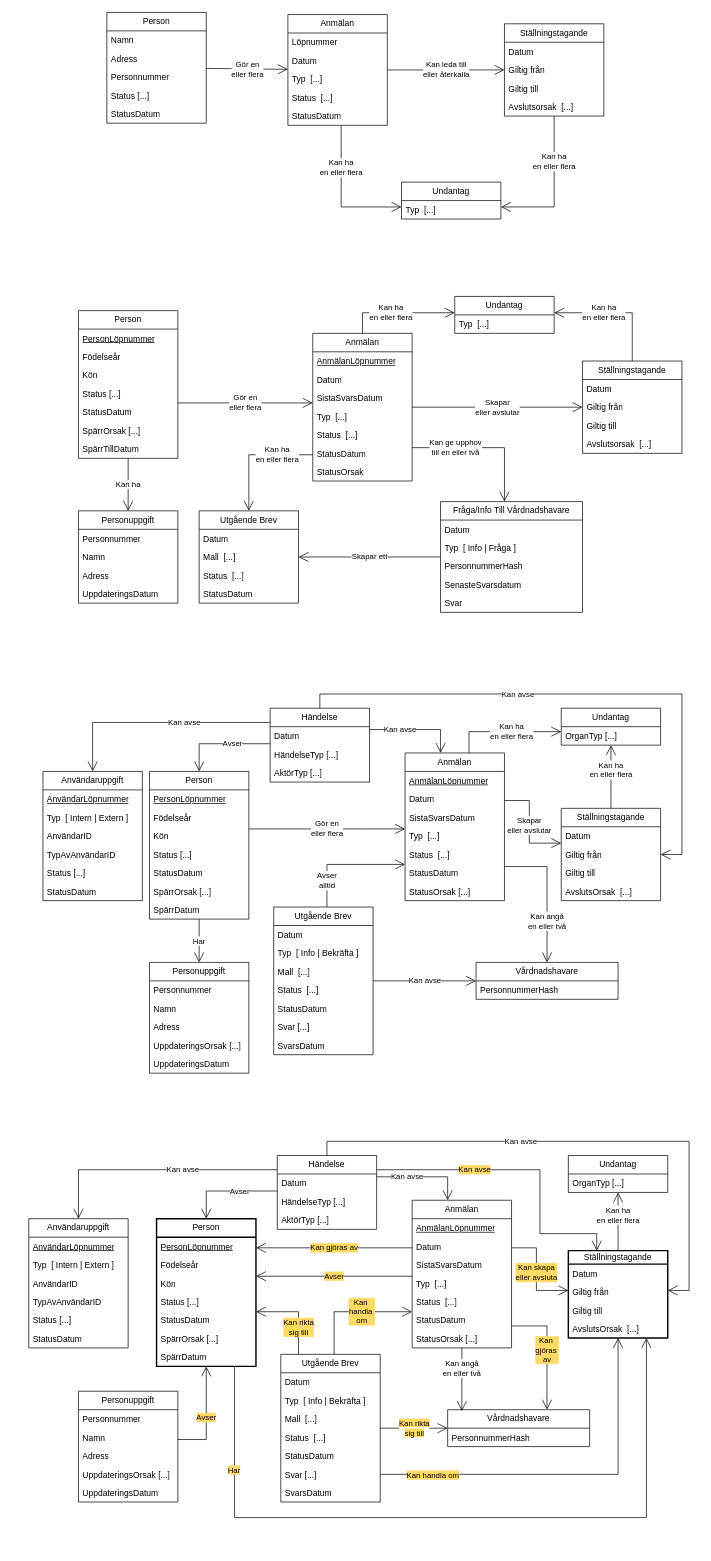
Before: page "Konceptuella modeller" (7 of 9) of Donationsregister.drawio in bhagqvist-consid/ICD11, a draw.io diagram. Source tidied: cells renumbered, new cells numbered last; positions are measured from the earlier drawing's top-left corner, leaving out a move shared by most shapes. Both pictures are drawn from the tidied source at 71%, with x=0, y=0 at pixel (28, 12).
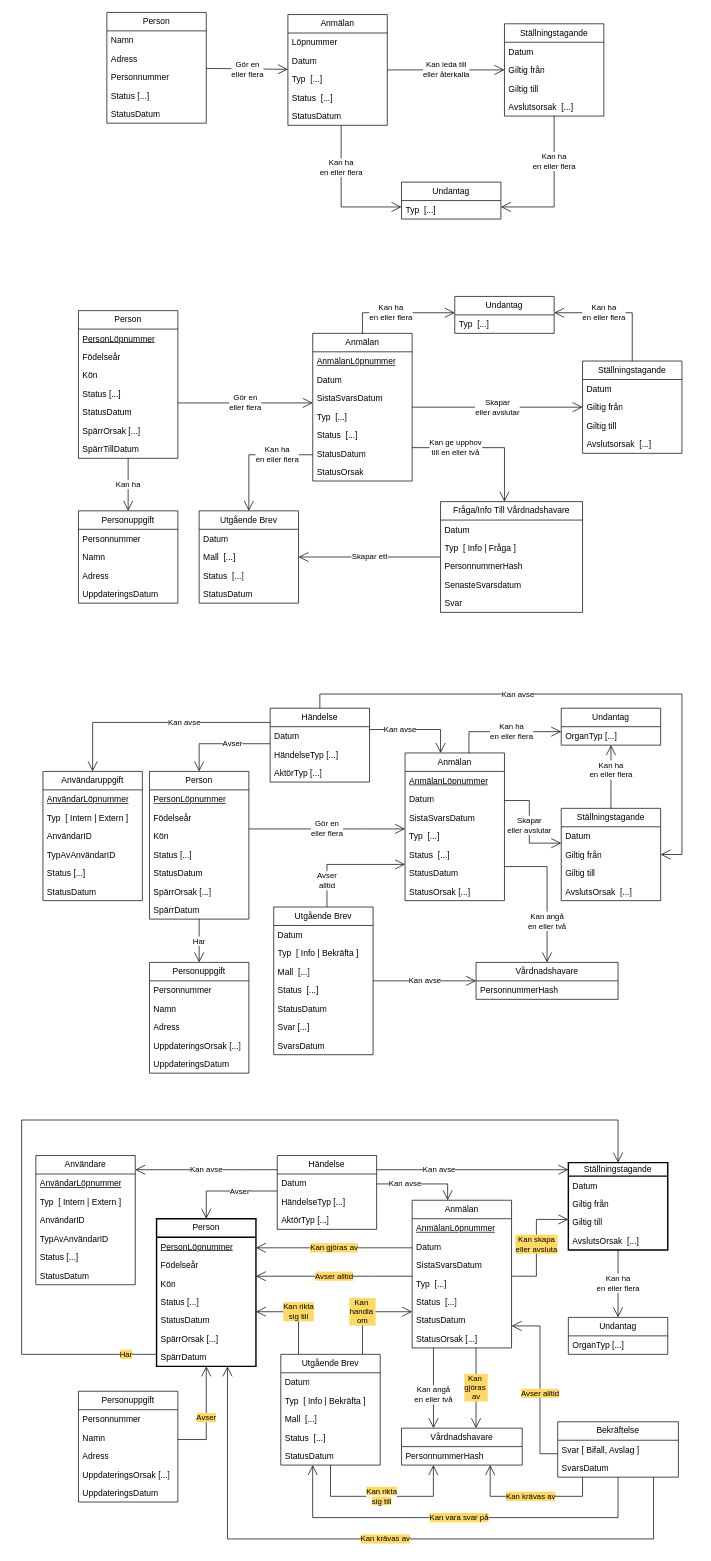
After the change.

Unchanged cells that the change refers to:
```xml
<mxCell id="134" value="Person" style="swimlane;fontStyle=0;horizontal=1;startSize=26;fillColor=none;whiteSpace=wrap;html=1;strokeWidth=2;" parent="1" vertex="1">
  <mxGeometry x="180" y="1699" width="140" height="208" as="geometry" />
</mxCell>
<mxCell id="142" value="Anmälan" style="swimlane;fontStyle=0;horizontal=1;startSize=26;fillColor=none;whiteSpace=wrap;html=1;" parent="1" vertex="1">
  <mxGeometry x="540" y="1673" width="140" height="208" as="geometry" />
</mxCell>
<mxCell id="181" value="Händelse" style="swimlane;fontStyle=0;horizontal=1;startSize=26;fillColor=none;whiteSpace=wrap;html=1;" parent="1" vertex="1">
  <mxGeometry x="350" y="1610" width="140" height="104" as="geometry" />
</mxCell>
```

Change to the diagram source:
```diff
@@
     <mxCell id="150" value="Ställningstagande" style="swimlane;fontStyle=0;horizontal=1;startSize=19;fillColor=none;whiteSpace=wrap;html=1;strokeWidth=2;" parent="1" vertex="1">
-      <mxGeometry x="760" y="1744" width="140" height="123" as="geometry" />
+      <mxGeometry x="760" y="1620" width="140" height="123" as="geometry" />
     </mxCell>
@@
-    <mxCell id="155" value="Avser" style="endArrow=none;endFill=0;endSize=12;html=1;rounded=0;edgeStyle=orthogonalEdgeStyle;startArrow=open;startFill=1;startSize=12;labelBackgroundColor=#FFD966;" parent="1" edge="1" source="134" target="142">
+    <mxCell id="155" value="Avser alltid" style="endArrow=none;endFill=0;endSize=12;html=1;rounded=0;edgeStyle=orthogonalEdgeStyle;startArrow=open;startFill=1;startSize=12;labelBackgroundColor=#FFD966;" parent="1" edge="1" source="134" target="142">
       <mxGeometry relative="1" as="geometry">
         <Array as="points">
           <mxPoint x="480" y="1780" />
           <mxPoint x="480" y="1780" />
         </Array>
       </mxGeometry>
     </mxCell>
     <mxCell id="156" value="Kan skapa&lt;div&gt;eller avsluta&lt;/div&gt;" style="endArrow=open;endFill=1;endSize=12;html=1;rounded=0;edgeStyle=orthogonalEdgeStyle;labelBackgroundColor=#FFD966;" parent="1" edge="1" source="142" target="150">
       <mxGeometry relative="1" as="geometry">
         <Array as="points">
-          <mxPoint x="715" y="1740" />
-          <mxPoint x="715" y="1800" />
+          <mxPoint x="715" y="1780" />
+          <mxPoint x="715" y="1700" />
         </Array>
       </mxGeometry>
     </mxCell>
     <mxCell id="157" value="Undantag" style="swimlane;fontStyle=0;horizontal=1;startSize=26;fillColor=none;whiteSpace=wrap;html=1;" parent="1" vertex="1">
-      <mxGeometry x="760" y="1610" width="140" height="52" as="geometry" />
+      <mxGeometry x="760" y="1838" width="140" height="52" as="geometry" />
     </mxCell>
@@
-    <mxCell id="159" value="Kan ha&lt;div&gt;en eller flera&lt;/div&gt;" style="endArrow=open;endFill=1;endSize=12;html=1;rounded=0;edgeStyle=orthogonalEdgeStyle;" parent="1" edge="1" source="150" target="157">
-      <mxGeometry x="0.21" relative="1" as="geometry">
-        <Array as="points">
-          <mxPoint x="830" y="1720" />
-          <mxPoint x="830" y="1720" />
-        </Array>
-      </mxGeometry>
+    <mxCell id="159" value="Kan ha&lt;div&gt;en eller flera&lt;/div&gt;" style="endArrow=open;endFill=1;endSize=12;html=1;rounded=0;" parent="1" edge="1" source="150" target="157">
+      <mxGeometry x="-0.01" relative="1" as="geometry" />
     </mxCell>
@@
     <mxCell id="167" value="Utgående&amp;nbsp;&lt;span style=&quot;background-color: transparent; color: light-dark(rgb(0, 0, 0), rgb(255, 255, 255));&quot;&gt;Brev&lt;/span&gt;" style="swimlane;fontStyle=0;horizontal=1;startSize=26;fillColor=none;whiteSpace=wrap;html=1;" parent="1" vertex="1">
-      <mxGeometry x="355" y="1890" width="140" height="208" as="geometry" />
+      <mxGeometry x="355" y="1890" width="140" height="156" as="geometry" />
     </mxCell>
@@
-    <mxCell id="173" value="Svar [...]" style="text;strokeColor=none;fillColor=none;align=left;verticalAlign=top;spacingLeft=4;spacingRight=4;overflow=hidden;points=[[0,0.5],[1,0.5]];portConstraint=eastwest;whiteSpace=wrap;html=1;" parent="167" vertex="1">
-      <mxGeometry y="156" width="140" height="26" as="geometry" />
-    </mxCell>
-    <mxCell id="174" value="SvarsDatum" style="text;strokeColor=none;fillColor=none;align=left;verticalAlign=top;spacingLeft=4;spacingRight=4;overflow=hidden;whiteSpace=wrap;html=1;" parent="167" vertex="1">
-      <mxGeometry y="182" width="140" height="26" as="geometry" />
-    </mxCell>
     <mxCell id="175" value="Kan&amp;nbsp;&lt;div&gt;gjöras&amp;nbsp;&lt;/div&gt;&lt;div&gt;av&lt;/div&gt;" style="edgeStyle=orthogonalEdgeStyle;rounded=0;jettySize=auto;html=1;labelBackgroundColor=#FFD966;startArrow=open;startFill=0;endArrow=none;endFill=0;strokeColor=#000000;align=center;verticalAlign=middle;fontFamily=Helvetica;fontSize=11;fontColor=default;startSize=12;endSize=12;fillColor=#0050ef;" parent="1" edge="1" source="176" target="142">
       <mxGeometry relative="1" as="geometry">
         <Array as="points">
-          <mxPoint x="729.9" y="1850" />
+          <mxPoint x="630" y="1980" />
+          <mxPoint x="630" y="1980" />
         </Array>
       </mxGeometry>
     </mxCell>
     <mxCell id="176" value="Vårdnadshavare" style="swimlane;fontStyle=0;horizontal=1;startSize=26;fillColor=none;whiteSpace=wrap;html=1;" parent="1" vertex="1">
-      <mxGeometry x="590" y="1968" width="200" height="52" as="geometry" />
+      <mxGeometry x="525" y="1994" width="170" height="52" as="geometry" />
     </mxCell>
     <mxCell id="177" value="PersonnummerHash" style="text;strokeColor=none;fillColor=none;align=left;verticalAlign=top;spacingLeft=4;spacingRight=4;overflow=hidden;whiteSpace=wrap;html=1;" parent="176" vertex="1">
-      <mxGeometry y="26" width="200" height="26" as="geometry" />
+      <mxGeometry y="26" width="170" height="26" as="geometry" />
     </mxCell>
-    <mxCell id="178" value="Kan angå&lt;div&gt;&lt;span style=&quot;color: light-dark(rgb(0, 0, 0), rgb(255, 255, 255));&quot;&gt;en eller två&lt;/span&gt;&lt;/div&gt;" style="endArrow=open;endFill=1;endSize=12;html=1;rounded=0;edgeStyle=orthogonalEdgeStyle;entryX=0.1;entryY=0.038;entryDx=0;entryDy=0;entryPerimeter=0;labelBackgroundColor=#FFFFFF;" parent="1" edge="1" source="142" target="176">
-      <mxGeometry x="-0.35" relative="1" as="geometry" />
+    <mxCell id="178" value="Kan angå&lt;div&gt;&lt;span style=&quot;color: light-dark(rgb(0, 0, 0), rgb(255, 255, 255));&quot;&gt;en eller två&lt;/span&gt;&lt;/div&gt;" style="endArrow=open;endFill=1;endSize=12;html=1;rounded=0;edgeStyle=orthogonalEdgeStyle;labelBackgroundColor=#FFFFFF;" parent="1" edge="1" source="142" target="176">
+      <mxGeometry x="0.16" relative="1" as="geometry">
+        <Array as="points">
+          <mxPoint x="570" y="1990" />
+          <mxPoint x="570" y="1990" />
+        </Array>
+      </mxGeometry>
     </mxCell>
-    <mxCell id="179" value="&lt;span style=&quot;background-color: rgb(255, 217, 102);&quot;&gt;Kan rikta&lt;/span&gt;&lt;div&gt;&lt;span style=&quot;background-color: rgb(255, 217, 102);&quot;&gt;sig till&lt;/span&gt;&lt;/div&gt;" style="endArrow=open;endFill=1;endSize=12;html=1;rounded=0;" parent="1" edge="1" source="167" target="176">
-      <mxGeometry relative="1" as="geometry" />
+    <mxCell id="179" value="&lt;span style=&quot;background-color: rgb(255, 217, 102);&quot;&gt;Kan rikta&lt;/span&gt;&lt;div&gt;&lt;span style=&quot;background-color: rgb(255, 217, 102);&quot;&gt;sig till&lt;/span&gt;&lt;/div&gt;" style="endArrow=open;endFill=1;endSize=12;html=1;rounded=0;edgeStyle=orthogonalEdgeStyle;" parent="1" edge="1" source="167" target="176">
+      <mxGeometry relative="1" as="geometry">
+        <Array as="points">
+          <mxPoint x="425" y="2090" />
+          <mxPoint x="569.9" y="2090" />
+        </Array>
+      </mxGeometry>
     </mxCell>
     <mxCell id="180" value="Kan&amp;nbsp;&lt;div&gt;handla&amp;nbsp;&lt;div&gt;om&lt;/div&gt;&lt;/div&gt;" style="endArrow=none;endFill=0;endSize=12;html=1;rounded=0;edgeStyle=orthogonalEdgeStyle;startArrow=open;startFill=1;startSize=12;labelBackgroundColor=#FFD966;" parent="1" edge="1" source="142" target="167">
-      <mxGeometry x="-0.18" relative="1" as="geometry">
+      <mxGeometry x="0.08" relative="1" as="geometry">
         <Array as="points">
-          <mxPoint x="430" y="1830" />
+          <mxPoint x="470" y="1830" />
         </Array>
-        <mxPoint x="-1" as="offset" />
       </mxGeometry>
     </mxCell>
@@
     <mxCell id="186" value="Kan avse" style="endArrow=open;endFill=1;endSize=12;html=1;rounded=0;edgeStyle=orthogonalEdgeStyle;" parent="1" edge="1" source="181" target="142">
       <mxGeometry x="-0.35" relative="1" as="geometry">
         <Array as="points">
-          <mxPoint x="590" y="1640" />
+          <mxPoint x="590" y="1650" />
         </Array>
       </mxGeometry>
     </mxCell>
-    <mxCell id="187" value="Användaruppgift" style="swimlane;fontStyle=0;horizontal=1;startSize=26;fillColor=none;whiteSpace=wrap;html=1;" parent="1" vertex="1">
-      <mxGeometry y="1699" width="140" height="182" as="geometry" />
+    <mxCell id="187" value="Användare" style="swimlane;fontStyle=0;horizontal=1;startSize=26;fillColor=none;whiteSpace=wrap;html=1;" parent="1" vertex="1">
+      <mxGeometry x="10" y="1610" width="140" height="182" as="geometry" />
     </mxCell>
@@
-    <mxCell id="194" value="Kan avse" style="endArrow=open;endFill=1;endSize=12;html=1;rounded=0;edgeStyle=orthogonalEdgeStyle;entryX=0.5;entryY=0;entryDx=0;entryDy=0;" parent="1" edge="1" source="181" target="187">
-      <mxGeometry x="-0.24" relative="1" as="geometry">
+    <mxCell id="194" value="Kan avse" style="endArrow=open;endFill=1;endSize=12;html=1;rounded=0;edgeStyle=orthogonalEdgeStyle;" parent="1" edge="1" source="181" target="187">
+      <mxGeometry relative="1" as="geometry">
         <Array as="points">
-          <mxPoint x="70" y="1630" />
+          <mxPoint x="300" y="1630" />
+          <mxPoint x="300" y="1630" />
         </Array>
       </mxGeometry>
     </mxCell>
-    <mxCell id="195" value="Kan avse" style="endArrow=open;endFill=1;endSize=12;html=1;rounded=0;edgeStyle=orthogonalEdgeStyle;" parent="1" edge="1" source="181" target="150">
-      <mxGeometry x="-0.24" relative="1" as="geometry">
-        <Array as="points">
-          <mxPoint x="420" y="1590" />
-          <mxPoint x="930" y="1590" />
-          <mxPoint x="930" y="1800" />
-        </Array>
-      </mxGeometry>
-    </mxCell>
     <mxCell id="196" value="Kan rikta&lt;div&gt;sig till&lt;/div&gt;" style="endArrow=open;endFill=1;endSize=12;html=1;rounded=0;edgeStyle=orthogonalEdgeStyle;labelBackgroundColor=#FFD966;" parent="1" edge="1" source="167" target="134">
-      <mxGeometry x="-0.36" relative="1" as="geometry">
+      <mxGeometry relative="1" as="geometry">
         <Array as="points">
           <mxPoint x="380" y="1830" />
         </Array>
       </mxGeometry>
     </mxCell>
-    <mxCell id="197" value="Kan handla om" style="endArrow=none;endFill=0;endSize=12;html=1;rounded=0;edgeStyle=orthogonalEdgeStyle;entryX=1;entryY=0.5;entryDx=0;entryDy=0;startArrow=open;startFill=1;startSize=12;labelBackgroundColor=#FFD966;" parent="1" edge="1" source="150" target="173">
-      <mxGeometry x="0.72" y="1" relative="1" as="geometry">
-        <Array as="points">
-          <mxPoint x="830" y="2059.1" />
-        </Array>
-      </mxGeometry>
-    </mxCell>
-    <mxCell id="198" value="Kan avse" style="endArrow=open;endFill=1;endSize=12;html=1;rounded=0;edgeStyle=orthogonalEdgeStyle;labelBackgroundColor=#FFD966;" parent="1" edge="1" source="181" target="150">
+    <mxCell id="198" value="Kan avse" style="endArrow=open;endFill=1;endSize=12;html=1;rounded=0;edgeStyle=orthogonalEdgeStyle;labelBackgroundColor=default;" parent="1" edge="1" source="181" target="150">
       <mxGeometry x="-0.35" relative="1" as="geometry">
         <Array as="points">
-          <mxPoint x="720" y="1630" />
-          <mxPoint x="720" y="1720" />
-          <mxPoint x="800" y="1720" />
+          <mxPoint x="740" y="1630" />
+          <mxPoint x="740" y="1630" />
         </Array>
       </mxGeometry>
     </mxCell>
     <mxCell id="199" value="Har" style="endArrow=none;endFill=0;endSize=12;html=1;rounded=0;edgeStyle=orthogonalEdgeStyle;startArrow=open;startFill=1;startSize=12;labelBackgroundColor=#FFD966;" parent="1" edge="1" source="150" target="134">
-      <mxGeometry x="0.72" y="1" relative="1" as="geometry">
+      <mxGeometry x="0.94" relative="1" as="geometry">
         <Array as="points">
-          <mxPoint x="869.9" y="2120" />
-          <mxPoint x="289.9" y="2120" />
+          <mxPoint x="830" y="1560" />
+          <mxPoint x="-10" y="1560" />
+          <mxPoint x="-10" y="1890" />
         </Array>
       </mxGeometry>
     </mxCell>
@@
+    <mxCell id="201" value="Kan vara svar på" style="edgeStyle=orthogonalEdgeStyle;rounded=0;jettySize=auto;html=1;labelBackgroundColor=#FFD966;strokeColor=default;align=center;verticalAlign=middle;fontFamily=Helvetica;fontSize=11;fontColor=default;startArrow=none;startFill=0;startSize=12;endArrow=open;endFill=0;endSize=12;" parent="1" edge="1" source="202" target="167">
+      <mxGeometry relative="1" as="geometry">
+        <Array as="points">
+          <mxPoint x="830" y="2120" />
+          <mxPoint x="399.9" y="2120" />
+        </Array>
+      </mxGeometry>
+    </mxCell>
+    <mxCell id="202" value="Bekräftelse" style="swimlane;fontStyle=0;horizontal=1;startSize=26;fillColor=none;whiteSpace=wrap;html=1;" parent="1" vertex="1">
+      <mxGeometry x="745" y="1985" width="170" height="78" as="geometry" />
+    </mxCell>
+    <mxCell id="173" value="Svar [ Bifall, Avslag ]" style="text;strokeColor=none;fillColor=none;align=left;verticalAlign=top;spacingLeft=4;spacingRight=4;overflow=hidden;points=[[0,0.5],[1,0.5]];portConstraint=eastwest;whiteSpace=wrap;html=1;" parent="202" vertex="1">
+      <mxGeometry y="26" width="170" height="26" as="geometry" />
+    </mxCell>
+    <mxCell id="174" value="SvarsDatum" style="text;strokeColor=none;fillColor=none;align=left;verticalAlign=top;spacingLeft=4;spacingRight=4;overflow=hidden;whiteSpace=wrap;html=1;" parent="202" vertex="1">
+      <mxGeometry y="52" width="170" height="26" as="geometry" />
+    </mxCell>
+    <mxCell id="203" value="Avser alltid" style="endArrow=none;endFill=0;endSize=12;html=1;rounded=0;edgeStyle=orthogonalEdgeStyle;startArrow=open;startFill=1;startSize=12;labelBackgroundColor=#FFD966;" parent="1" edge="1" source="142" target="202">
+      <mxGeometry x="0.1" relative="1" as="geometry">
+        <Array as="points">
+          <mxPoint x="720" y="1850" />
+          <mxPoint x="720" y="2030" />
+        </Array>
+      </mxGeometry>
+    </mxCell>
+    <mxCell id="204" value="Kan krävas av" style="endArrow=none;endFill=0;endSize=12;html=1;rounded=0;edgeStyle=orthogonalEdgeStyle;startArrow=open;startFill=1;startSize=12;labelBackgroundColor=#FFD966;" parent="1" edge="1" source="176" target="202">
+      <mxGeometry relative="1" as="geometry">
+        <Array as="points">
+          <mxPoint x="649.9" y="2090" />
+          <mxPoint x="780" y="2090" />
+        </Array>
+      </mxGeometry>
+    </mxCell>
+    <mxCell id="205" value="Kan krävas av" style="endArrow=none;endFill=0;endSize=12;html=1;rounded=0;edgeStyle=orthogonalEdgeStyle;startArrow=open;startFill=1;startSize=12;labelBackgroundColor=#FFD966;" parent="1" edge="1" source="134" target="202">
+      <mxGeometry relative="1" as="geometry">
+        <Array as="points">
+          <mxPoint x="279.9" y="2150" />
+          <mxPoint x="880" y="2150" />
+        </Array>
+      </mxGeometry>
+    </mxCell>
```
